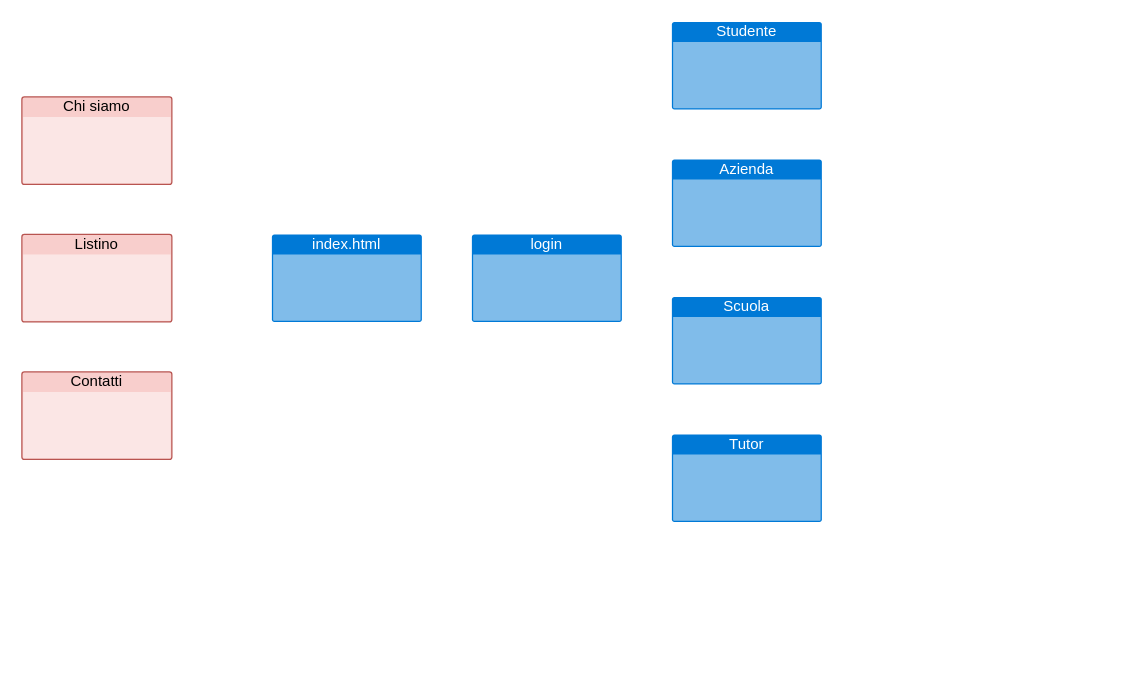
Above: architettura_software.drawio in Sodhu1/1NNOVA-YOUNG- (draw.io), before the change. Source tidied: cells renumbered, new cells numbered last; positions are measured from the earlier drawing's top-left corner, leaving out a move shared by most shapes. Both pictures are drawn from the tidied source at 125%, with x=0, y=0 at pixel (21, 21).
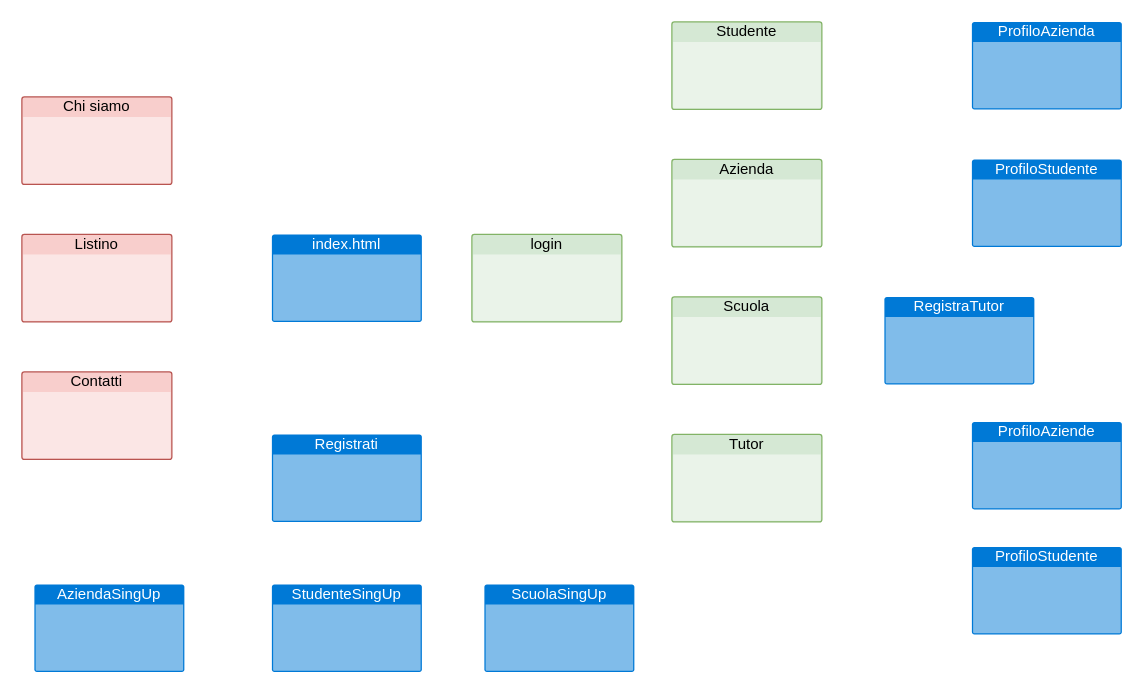
After the change.

Diff of the diagram source:
```diff
@@
 <mxGraphModel>
   <root>
     <mxCell id="0" />
     <mxCell id="1" parent="0" />
     <mxCell id="2" value="&lt;div&gt;index.html&lt;/div&gt;&lt;div&gt;&lt;br&gt;&lt;/div&gt;" style="html=1;whiteSpace=wrap;strokeColor=none;fillColor=#0079D6;labelPosition=center;verticalLabelPosition=middle;verticalAlign=top;align=center;fontSize=12;spacingTop=-6;fontColor=#FFFFFF;sketch=0;shape=mxgraph.sitemap.page;" parent="1" vertex="1">
       <mxGeometry x="200" y="170" width="120" height="70" as="geometry" />
     </mxCell>
     <mxCell id="3" value="Chi siamo" style="html=1;whiteSpace=wrap;strokeColor=#b85450;fillColor=#f8cecc;labelPosition=center;verticalLabelPosition=middle;verticalAlign=top;align=center;fontSize=12;spacingTop=-6;sketch=0;shape=mxgraph.sitemap.page;" parent="1" vertex="1">
       <mxGeometry y="60" width="120" height="70" as="geometry" />
     </mxCell>
     <mxCell id="4" value="&lt;div&gt;Contatti&lt;/div&gt;" style="html=1;whiteSpace=wrap;strokeColor=#b85450;fillColor=#f8cecc;labelPosition=center;verticalLabelPosition=middle;verticalAlign=top;align=center;fontSize=12;spacingTop=-6;sketch=0;shape=mxgraph.sitemap.page;" parent="1" vertex="1">
       <mxGeometry y="280" width="120" height="70" as="geometry" />
     </mxCell>
     <mxCell id="5" value="Listino" style="html=1;whiteSpace=wrap;strokeColor=#b85450;fillColor=#f8cecc;labelPosition=center;verticalLabelPosition=middle;verticalAlign=top;align=center;fontSize=12;spacingTop=-6;sketch=0;shape=mxgraph.sitemap.page;" parent="1" vertex="1">
       <mxGeometry y="170" width="120" height="70" as="geometry" />
     </mxCell>
-    <mxCell id="6" value="login" style="html=1;whiteSpace=wrap;strokeColor=none;fillColor=#0079D6;labelPosition=center;verticalLabelPosition=middle;verticalAlign=top;align=center;fontSize=12;spacingTop=-6;fontColor=#FFFFFF;sketch=0;shape=mxgraph.sitemap.page;" parent="1" vertex="1">
+    <mxCell id="6" value="login" style="html=1;whiteSpace=wrap;strokeColor=#82b366;fillColor=#d5e8d4;labelPosition=center;verticalLabelPosition=middle;verticalAlign=top;align=center;fontSize=12;spacingTop=-6;sketch=0;shape=mxgraph.sitemap.page;" parent="1" vertex="1">
       <mxGeometry x="360" y="170" width="120" height="70" as="geometry" />
     </mxCell>
-    <mxCell id="7" value="Studente" style="html=1;whiteSpace=wrap;strokeColor=none;fillColor=#0079D6;labelPosition=center;verticalLabelPosition=middle;verticalAlign=top;align=center;fontSize=12;spacingTop=-6;fontColor=#FFFFFF;sketch=0;shape=mxgraph.sitemap.page;" parent="1" vertex="1">
+    <mxCell id="7" value="Studente" style="html=1;whiteSpace=wrap;strokeColor=#82b366;fillColor=#d5e8d4;labelPosition=center;verticalLabelPosition=middle;verticalAlign=top;align=center;fontSize=12;spacingTop=-6;sketch=0;shape=mxgraph.sitemap.page;" parent="1" vertex="1">
       <mxGeometry x="520" width="120" height="70" as="geometry" />
     </mxCell>
-    <mxCell id="8" value="Azienda" style="html=1;whiteSpace=wrap;strokeColor=none;fillColor=#0079D6;labelPosition=center;verticalLabelPosition=middle;verticalAlign=top;align=center;fontSize=12;spacingTop=-6;fontColor=#FFFFFF;sketch=0;shape=mxgraph.sitemap.page;" parent="1" vertex="1">
+    <mxCell id="8" value="Azienda" style="html=1;whiteSpace=wrap;strokeColor=#82b366;fillColor=#d5e8d4;labelPosition=center;verticalLabelPosition=middle;verticalAlign=top;align=center;fontSize=12;spacingTop=-6;sketch=0;shape=mxgraph.sitemap.page;" parent="1" vertex="1">
       <mxGeometry x="520" y="110" width="120" height="70" as="geometry" />
     </mxCell>
-    <mxCell id="9" value="Scuola" style="html=1;whiteSpace=wrap;strokeColor=none;fillColor=#0079D6;labelPosition=center;verticalLabelPosition=middle;verticalAlign=top;align=center;fontSize=12;spacingTop=-6;fontColor=#FFFFFF;sketch=0;shape=mxgraph.sitemap.page;" parent="1" vertex="1">
+    <mxCell id="9" value="Scuola" style="html=1;whiteSpace=wrap;strokeColor=#82b366;fillColor=#d5e8d4;labelPosition=center;verticalLabelPosition=middle;verticalAlign=top;align=center;fontSize=12;spacingTop=-6;sketch=0;shape=mxgraph.sitemap.page;" parent="1" vertex="1">
       <mxGeometry x="520" y="220" width="120" height="70" as="geometry" />
     </mxCell>
-    <mxCell id="10" value="Tutor" style="html=1;whiteSpace=wrap;strokeColor=none;fillColor=#0079D6;labelPosition=center;verticalLabelPosition=middle;verticalAlign=top;align=center;fontSize=12;spacingTop=-6;fontColor=#FFFFFF;sketch=0;shape=mxgraph.sitemap.page;" parent="1" vertex="1">
+    <mxCell id="10" value="Tutor" style="html=1;whiteSpace=wrap;strokeColor=#82b366;fillColor=#d5e8d4;labelPosition=center;verticalLabelPosition=middle;verticalAlign=top;align=center;fontSize=12;spacingTop=-6;sketch=0;shape=mxgraph.sitemap.page;" parent="1" vertex="1">
       <mxGeometry x="520" y="330" width="120" height="70" as="geometry" />
     </mxCell>
+    <mxCell id="11" value="ProfiloAzienda" style="html=1;whiteSpace=wrap;strokeColor=none;fillColor=#0079D6;labelPosition=center;verticalLabelPosition=middle;verticalAlign=top;align=center;fontSize=12;spacingTop=-6;fontColor=#FFFFFF;sketch=0;shape=mxgraph.sitemap.page;" parent="1" vertex="1">
+      <mxGeometry x="760" width="120" height="70" as="geometry" />
+    </mxCell>
+    <mxCell id="12" value="ProfiloStudente" style="html=1;whiteSpace=wrap;strokeColor=none;fillColor=#0079D6;labelPosition=center;verticalLabelPosition=middle;verticalAlign=top;align=center;fontSize=12;spacingTop=-6;fontColor=#FFFFFF;sketch=0;shape=mxgraph.sitemap.page;" parent="1" vertex="1">
+      <mxGeometry x="760" y="110" width="120" height="70" as="geometry" />
+    </mxCell>
+    <mxCell id="13" value="ProfiloStudente" style="html=1;whiteSpace=wrap;strokeColor=none;fillColor=#0079D6;labelPosition=center;verticalLabelPosition=middle;verticalAlign=top;align=center;fontSize=12;spacingTop=-6;fontColor=#FFFFFF;sketch=0;shape=mxgraph.sitemap.page;" parent="1" vertex="1">
+      <mxGeometry x="760" y="420" width="120" height="70" as="geometry" />
+    </mxCell>
+    <mxCell id="14" value="ProfiloAziende" style="html=1;whiteSpace=wrap;strokeColor=none;fillColor=#0079D6;labelPosition=center;verticalLabelPosition=middle;verticalAlign=top;align=center;fontSize=12;spacingTop=-6;fontColor=#FFFFFF;sketch=0;shape=mxgraph.sitemap.page;" parent="1" vertex="1">
+      <mxGeometry x="760" y="320" width="120" height="70" as="geometry" />
+    </mxCell>
+    <mxCell id="15" value="RegistraTutor" style="html=1;whiteSpace=wrap;strokeColor=none;fillColor=#0079D6;labelPosition=center;verticalLabelPosition=middle;verticalAlign=top;align=center;fontSize=12;spacingTop=-6;fontColor=#FFFFFF;sketch=0;shape=mxgraph.sitemap.page;" parent="1" vertex="1">
+      <mxGeometry x="690" y="220" width="120" height="70" as="geometry" />
+    </mxCell>
+    <mxCell id="16" value="&lt;div&gt;Registrati&lt;/div&gt;&lt;div&gt;&lt;br&gt;&lt;/div&gt;" style="html=1;whiteSpace=wrap;strokeColor=none;fillColor=#0079D6;labelPosition=center;verticalLabelPosition=middle;verticalAlign=top;align=center;fontSize=12;spacingTop=-6;fontColor=#FFFFFF;sketch=0;shape=mxgraph.sitemap.page;" parent="1" vertex="1">
+      <mxGeometry x="200" y="330" width="120" height="70" as="geometry" />
+    </mxCell>
+    <mxCell id="17" value="AziendaSingUp" style="html=1;whiteSpace=wrap;strokeColor=none;fillColor=#0079D6;labelPosition=center;verticalLabelPosition=middle;verticalAlign=top;align=center;fontSize=12;spacingTop=-6;fontColor=#FFFFFF;sketch=0;shape=mxgraph.sitemap.page;" parent="1" vertex="1">
+      <mxGeometry x="10" y="450" width="120" height="70" as="geometry" />
+    </mxCell>
+    <mxCell id="18" value="StudenteSingUp" style="html=1;whiteSpace=wrap;strokeColor=none;fillColor=#0079D6;labelPosition=center;verticalLabelPosition=middle;verticalAlign=top;align=center;fontSize=12;spacingTop=-6;fontColor=#FFFFFF;sketch=0;shape=mxgraph.sitemap.page;" parent="1" vertex="1">
+      <mxGeometry x="200" y="450" width="120" height="70" as="geometry" />
+    </mxCell>
+    <mxCell id="19" value="ScuolaSingUp" style="html=1;whiteSpace=wrap;strokeColor=none;fillColor=#0079D6;labelPosition=center;verticalLabelPosition=middle;verticalAlign=top;align=center;fontSize=12;spacingTop=-6;fontColor=#FFFFFF;sketch=0;shape=mxgraph.sitemap.page;" parent="1" vertex="1">
+      <mxGeometry x="370" y="450" width="120" height="70" as="geometry" />
+    </mxCell>
   </root>
 </mxGraphModel>
```
